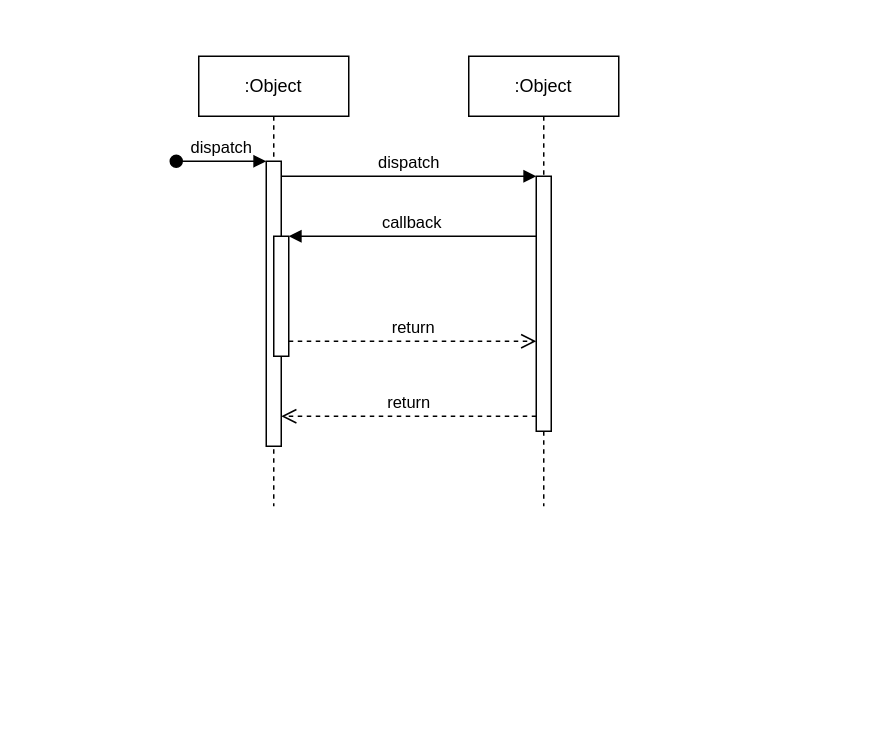
Before: 未命名绘图.drawio in zhuxuchao/zhuxuchao.github.io, a draw.io diagram. Source tidied: cells renumbered, new cells numbered last; positions are measured from the earlier drawing's top-left corner, leaving out a move shared by most shapes. Both pictures are drawn from the tidied source at 150%, with x=0, y=0 at pixel (176, 56).
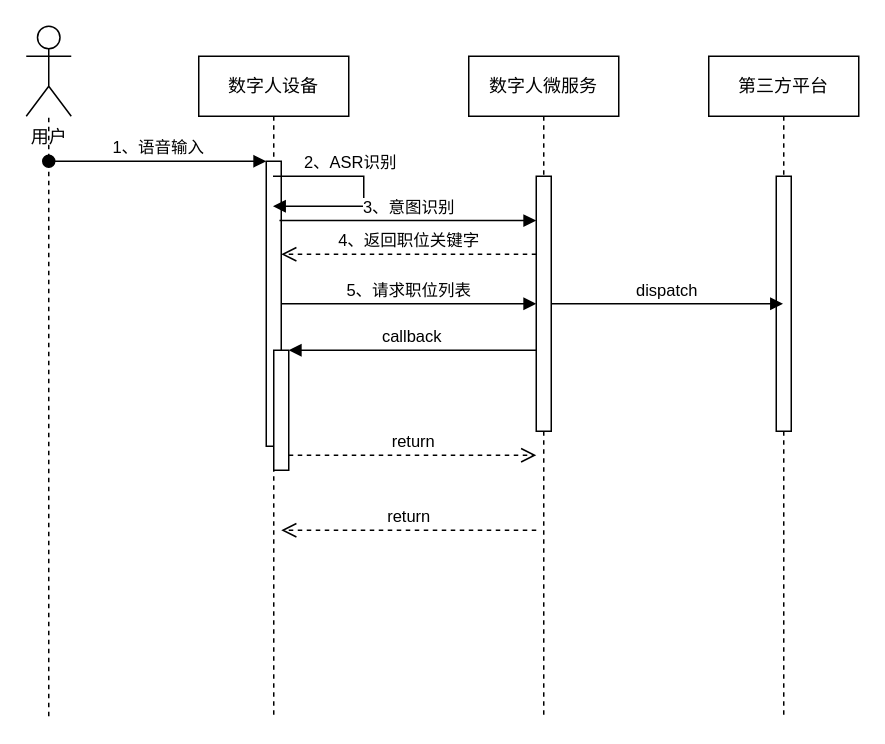
The same page after the edit.

Commit message (it also covers changes not shown here):
更新未命名绘图.drawio

The change refers to these unchanged cells:
```xml
<mxCell id="3" style="html=1;points=[];perimeter=orthogonalPerimeter;outlineConnect=0;targetShapes=umlLifeline;portConstraint=eastwest;newEdgeStyle={&quot;edgeStyle&quot;:&quot;elbowEdgeStyle&quot;,&quot;elbow&quot;:&quot;vertical&quot;,&quot;curved&quot;:0,&quot;rounded&quot;:0};" parent="2" vertex="1">
  <mxGeometry x="45" y="70" width="10" height="190" as="geometry" />
</mxCell>
<mxCell id="7" style="html=1;points=[];perimeter=orthogonalPerimeter;outlineConnect=0;targetShapes=umlLifeline;portConstraint=eastwest;newEdgeStyle={&quot;edgeStyle&quot;:&quot;elbowEdgeStyle&quot;,&quot;elbow&quot;:&quot;vertical&quot;,&quot;curved&quot;:0,&quot;rounded&quot;:0};" parent="6" vertex="1">
  <mxGeometry x="45" y="80" width="10" height="170" as="geometry" />
</mxCell>
```

What changed in the source:
```diff
@@
-    <mxCell id="2" value=":Object" style="shape=umlLifeline;perimeter=lifelinePerimeter;whiteSpace=wrap;html=1;outlineConnect=0;portConstraint=eastwest;newEdgeStyle={&quot;edgeStyle&quot;:&quot;elbowEdgeStyle&quot;,&quot;elbow&quot;:&quot;vertical&quot;,&quot;curved&quot;:0,&quot;rounded&quot;:0};" parent="1" vertex="1">
-      <mxGeometry x="15" width="100" height="300" as="geometry" />
+    <mxCell id="2" value="数字人设备" style="shape=umlLifeline;perimeter=lifelinePerimeter;whiteSpace=wrap;html=1;outlineConnect=0;portConstraint=eastwest;newEdgeStyle={&quot;edgeStyle&quot;:&quot;elbowEdgeStyle&quot;,&quot;elbow&quot;:&quot;vertical&quot;,&quot;curved&quot;:0,&quot;rounded&quot;:0};" parent="1" vertex="1">
+      <mxGeometry x="15" width="100" height="440" as="geometry" />
     </mxCell>
@@
-    <mxCell id="4" value="dispatch" style="html=1;verticalAlign=bottom;startArrow=oval;endArrow=block;startSize=8;edgeStyle=elbowEdgeStyle;elbow=vertical;curved=0;rounded=0;" parent="2" edge="1" target="3">
+    <mxCell id="4" value="1、语音输入" style="html=1;verticalAlign=bottom;startArrow=oval;endArrow=block;startSize=8;edgeStyle=elbowEdgeStyle;elbow=vertical;curved=0;rounded=0;" parent="2" edge="1" target="3">
       <mxGeometry relative="1" as="geometry">
-        <mxPoint x="-15" y="70" as="sourcePoint" />
+        <mxPoint x="-100" y="70" as="sourcePoint" />
       </mxGeometry>
     </mxCell>
     <mxCell id="5" style="html=1;points=[];perimeter=orthogonalPerimeter;outlineConnect=0;targetShapes=umlLifeline;portConstraint=eastwest;newEdgeStyle={&quot;edgeStyle&quot;:&quot;elbowEdgeStyle&quot;,&quot;elbow&quot;:&quot;vertical&quot;,&quot;curved&quot;:0,&quot;rounded&quot;:0};" parent="2" vertex="1">
-      <mxGeometry x="50" y="120" width="10" height="80" as="geometry" />
+      <mxGeometry x="50" y="196" width="10" height="80" as="geometry" />
     </mxCell>
-    <mxCell id="6" value=":Object" style="shape=umlLifeline;perimeter=lifelinePerimeter;whiteSpace=wrap;html=1;newEdgeStyle={&quot;edgeStyle&quot;:&quot;elbowEdgeStyle&quot;,&quot;elbow&quot;:&quot;vertical&quot;,&quot;curved&quot;:0,&quot;rounded&quot;:0};" parent="1" vertex="1">
-      <mxGeometry x="195" width="100" height="300" as="geometry" />
+    <mxCell id="6" value="数字人微服务" style="shape=umlLifeline;perimeter=lifelinePerimeter;whiteSpace=wrap;html=1;newEdgeStyle={&quot;edgeStyle&quot;:&quot;elbowEdgeStyle&quot;,&quot;elbow&quot;:&quot;vertical&quot;,&quot;curved&quot;:0,&quot;rounded&quot;:0};" parent="1" vertex="1">
+      <mxGeometry x="195" width="100" height="440" as="geometry" />
     </mxCell>
@@
-    <mxCell id="8" value="dispatch" style="html=1;verticalAlign=bottom;endArrow=block;edgeStyle=elbowEdgeStyle;elbow=vertical;curved=0;rounded=0;" parent="1" edge="1" source="3" target="7">
-      <mxGeometry relative="1" as="geometry">
-        <Array as="points">
-          <mxPoint x="155" y="80" />
-        </Array>
-      </mxGeometry>
-    </mxCell>
-    <mxCell id="9" value="return" style="html=1;verticalAlign=bottom;endArrow=open;dashed=1;endSize=8;edgeStyle=elbowEdgeStyle;elbow=vertical;curved=0;rounded=0;" parent="1" edge="1" source="7" target="3">
+    <mxCell id="9" value="return" style="html=1;verticalAlign=bottom;endArrow=open;dashed=1;endSize=8;edgeStyle=elbowEdgeStyle;elbow=vertical;curved=0;rounded=0;" parent="1" edge="1">
       <mxGeometry relative="1" as="geometry">
+        <mxPoint x="240" y="316" as="sourcePoint" />
+        <mxPoint x="70" y="316" as="targetPoint" />
         <Array as="points">
-          <mxPoint x="165" y="240" />
+          <mxPoint x="165" y="316" />
         </Array>
       </mxGeometry>
     </mxCell>
-    <mxCell id="10" value="callback" style="html=1;verticalAlign=bottom;endArrow=block;edgeStyle=elbowEdgeStyle;elbow=vertical;curved=0;rounded=0;" parent="1" edge="1" source="7" target="5">
+    <mxCell id="10" value="callback" style="html=1;verticalAlign=bottom;endArrow=block;edgeStyle=elbowEdgeStyle;elbow=vertical;curved=0;rounded=0;" parent="1" edge="1" target="5">
       <mxGeometry relative="1" as="geometry">
+        <mxPoint x="240" y="196" as="sourcePoint" />
         <Array as="points">
-          <mxPoint x="165" y="120" />
+          <mxPoint x="165" y="196" />
         </Array>
       </mxGeometry>
     </mxCell>
-    <mxCell id="11" value="return" style="html=1;verticalAlign=bottom;endArrow=open;dashed=1;endSize=8;edgeStyle=elbowEdgeStyle;elbow=vertical;curved=0;rounded=0;" parent="1" edge="1" source="5" target="7">
+    <mxCell id="11" value="return" style="html=1;verticalAlign=bottom;endArrow=open;dashed=1;endSize=8;edgeStyle=elbowEdgeStyle;elbow=vertical;curved=0;rounded=0;" parent="1" edge="1" source="5">
       <mxGeometry relative="1" as="geometry">
+        <mxPoint x="240" y="266" as="targetPoint" />
         <Array as="points">
-          <mxPoint x="155" y="190" />
+          <mxPoint x="155" y="266" />
         </Array>
       </mxGeometry>
     </mxCell>
+    <mxCell id="12" value="用户" style="shape=umlActor;verticalLabelPosition=bottom;verticalAlign=top;html=1;outlineConnect=0;" parent="1" vertex="1">
+      <mxGeometry x="-100" y="-20" width="30" height="60" as="geometry" />
+    </mxCell>
+    <mxCell id="13" style="endArrow=none;dashed=1;html=1;rounded=0;" parent="1" edge="1" target="12">
+      <mxGeometry relative="1" as="geometry">
+        <mxPoint x="-85" y="440" as="sourcePoint" />
+      </mxGeometry>
+    </mxCell>
+    <mxCell id="14" value="第三方平台" style="shape=umlLifeline;perimeter=lifelinePerimeter;whiteSpace=wrap;html=1;outlineConnect=0;portConstraint=eastwest;newEdgeStyle={&quot;edgeStyle&quot;:&quot;elbowEdgeStyle&quot;,&quot;elbow&quot;:&quot;vertical&quot;,&quot;curved&quot;:0,&quot;rounded&quot;:0};" parent="1" vertex="1">
+      <mxGeometry x="355" width="100" height="440" as="geometry" />
+    </mxCell>
+    <mxCell id="15" style="html=1;perimeter=orthogonalPerimeter;targetShapes=umlLifeline;newEdgeStyle={&quot;edgeStyle&quot;:&quot;elbowEdgeStyle&quot;,&quot;elbow&quot;:&quot;vertical&quot;,&quot;curved&quot;:0,&quot;rounded&quot;:0};" parent="14" vertex="1">
+      <mxGeometry x="45" y="80" width="10" height="170" as="geometry" />
+    </mxCell>
+    <mxCell id="16" value="2、ASR识别" style="html=1;verticalAlign=bottom;endArrow=block;curved=0;rounded=0;" parent="1" edge="1" source="2" target="2">
+      <mxGeometry x="-0.28" relative="1" as="geometry">
+        <Array as="points">
+          <mxPoint x="125" y="80" />
+          <mxPoint x="125" y="100" />
+        </Array>
+      </mxGeometry>
+    </mxCell>
+    <mxCell id="17" value="3、意图识别" style="html=1;verticalAlign=bottom;endArrow=block;curved=0;rounded=0;exitX=0.538;exitY=0.249;exitDx=0;exitDy=0;exitPerimeter=0;" parent="1" edge="1" source="2" target="7">
+      <mxGeometry relative="1" as="geometry" />
+    </mxCell>
+    <mxCell id="18" value="4、返回职位关键字" style="html=1;verticalAlign=bottom;endArrow=open;dashed=1;endSize=8;curved=0;rounded=0;" parent="1" edge="1">
+      <mxGeometry relative="1" as="geometry">
+        <mxPoint x="240" y="132" as="sourcePoint" />
+        <mxPoint x="70" y="132" as="targetPoint" />
+      </mxGeometry>
+    </mxCell>
+    <mxCell id="19" value="5、请求职位列表" style="html=1;verticalAlign=bottom;endArrow=block;curved=0;rounded=0;" parent="1" edge="1" source="3" target="7">
+      <mxGeometry relative="1" as="geometry" />
+    </mxCell>
+    <mxCell id="8" value="dispatch" style="html=1;verticalAlign=bottom;endArrow=block;curved=0;rounded=0;" parent="1" edge="1" source="7" target="14">
+      <mxGeometry relative="1" as="geometry" />
+    </mxCell>
```
